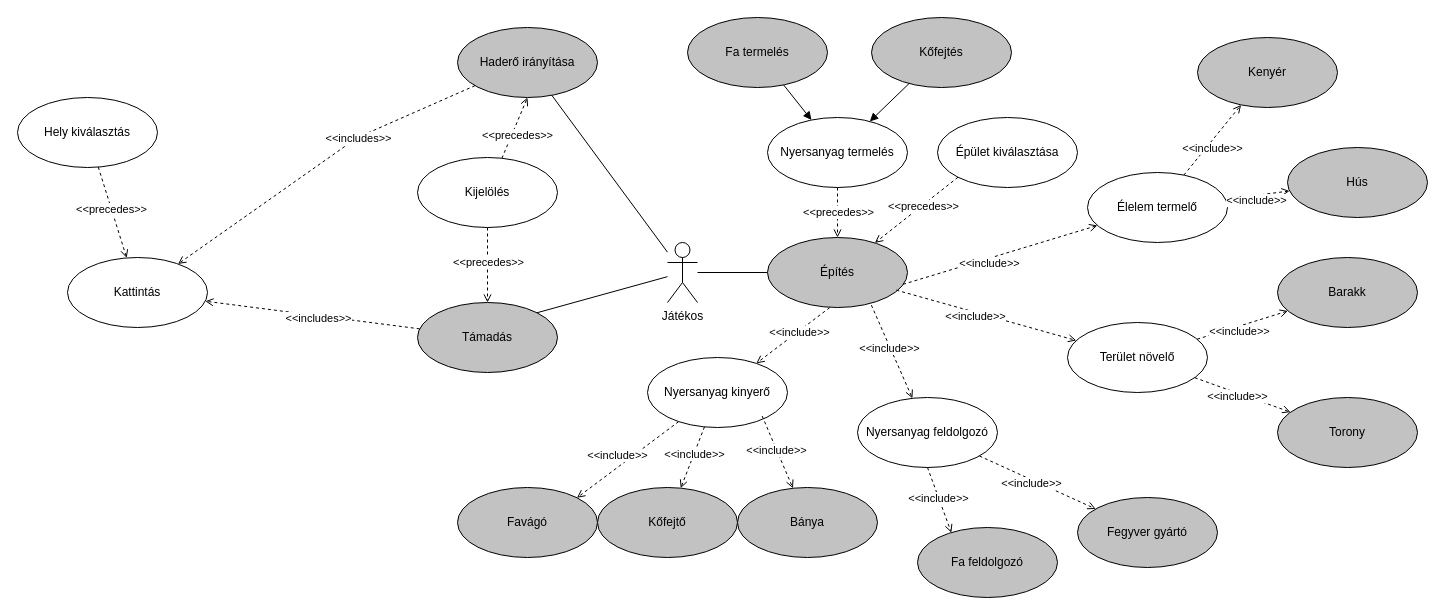
laszlosimon98/strategy-game keeps this draw.io diagram as page "Use Case - Jatek" (2 of 9) of Szakdoga.drawio. Above is the earlier version. Source tidied: cells renumbered, new cells numbered last; positions are measured from the earlier drawing's top-left corner, leaving out a move shared by most shapes. Both pictures are drawn from the tidied source at 100%, with x=0, y=0 at pixel (17, 17).
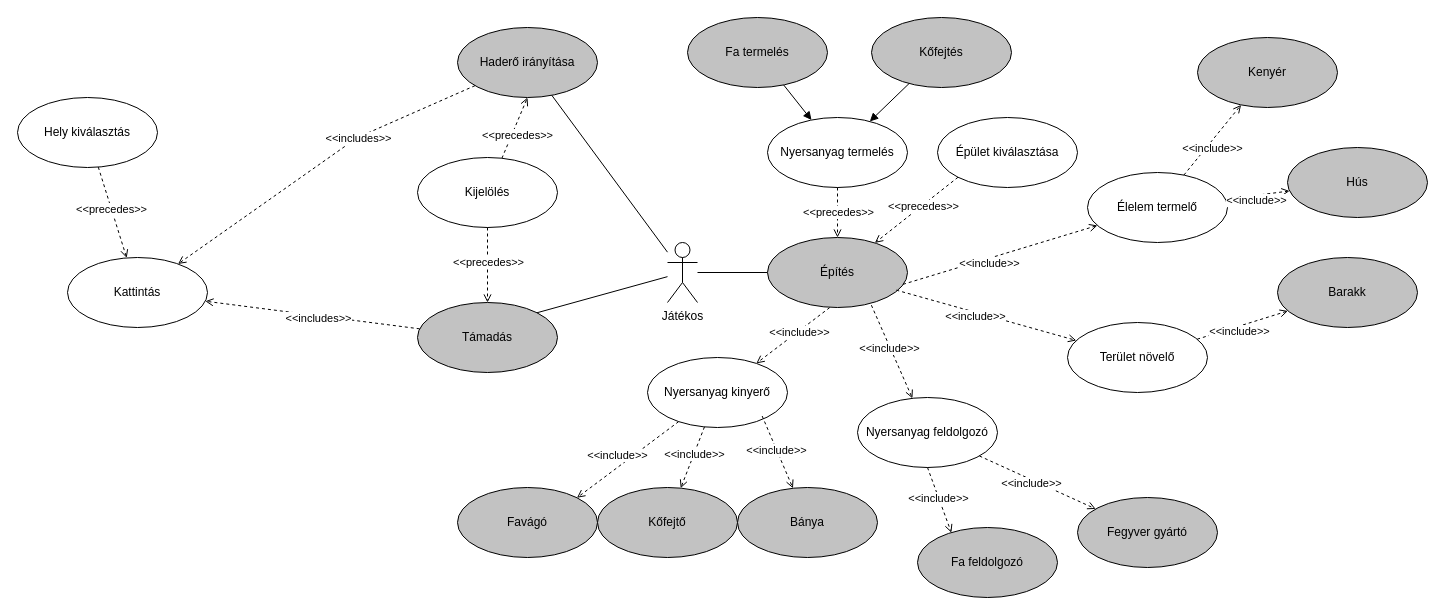
The same diagram, later.

Unchanged cells that the change refers to:
```xml
<mxCell id="45" value="Terület növelő" style="ellipse;whiteSpace=wrap;html=1;" parent="1" vertex="1">
  <mxGeometry x="1050" y="305" width="140" height="70" as="geometry" />
</mxCell>
```

Diff of the diagram source:
```diff
@@
-    <mxCell id="53" value="Torony" style="ellipse;whiteSpace=wrap;html=1;fillColor=#C2C2C2;" parent="1" vertex="1">
-      <mxGeometry x="1260" y="380" width="140" height="70" as="geometry" />
-    </mxCell>
-    <mxCell id="54" style="rounded=0;jettySize=auto;html=1;dashed=1;endArrow=open;endFill=0;" parent="1" edge="1" source="45" target="53">
-      <mxGeometry relative="1" as="geometry" />
-    </mxCell>
-    <mxCell id="55" value="&amp;lt;&amp;lt;include&amp;gt;&amp;gt;" style="edgeLabel;html=1;align=center;verticalAlign=middle;" parent="54" vertex="1">
-      <mxGeometry x="-0.14" y="-2" relative="1" as="geometry">
-        <mxPoint x="2" y="2" as="offset" />
-      </mxGeometry>
-    </mxCell>
```
